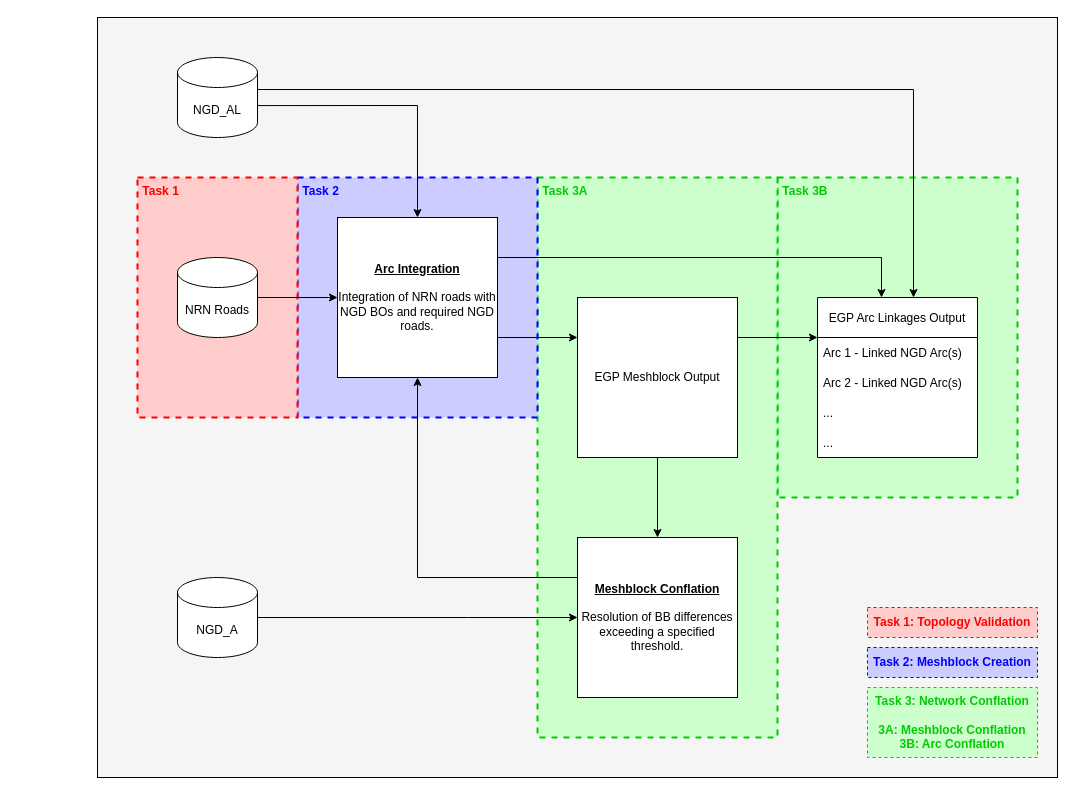
Above: docs/source/_static/overview/crn_process_overview.drawio in StatCan/egp-crn (draw.io), before the change. Source tidied: cells renumbered, new cells numbered last; positions are measured from the earlier drawing's top-left corner, leaving out a move shared by most shapes. Both pictures are drawn from the tidied source at 100%, with x=0, y=0 at pixel (97, 17).
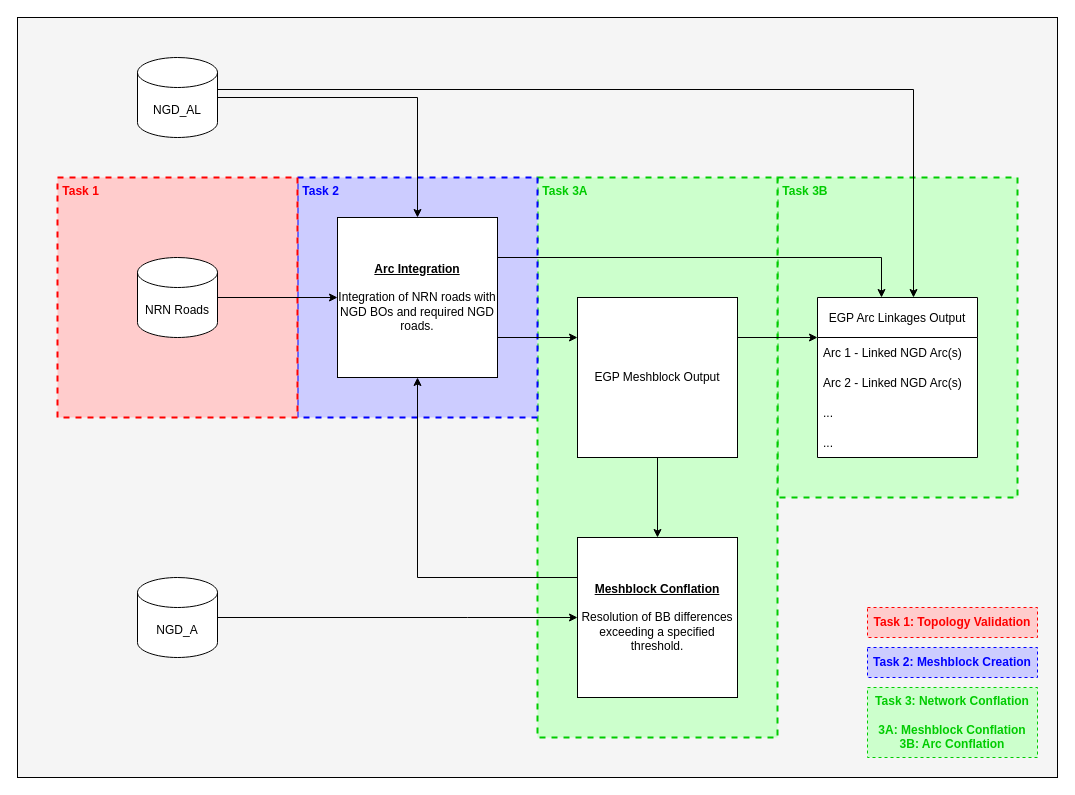
Above is the later version.

The change refers to these unchanged cells:
```xml
<mxCell id="12" value="&lt;b&gt;&lt;u&gt;Arc Integration&lt;/u&gt;&lt;/b&gt;&lt;br&gt;&lt;br&gt;Integration of NRN roads with NGD BOs and required NGD roads." style="whiteSpace=wrap;html=1;strokeColor=#000000;strokeWidth=1;fillColor=default;" parent="1" vertex="1">
  <mxGeometry x="240" y="200" width="160" height="160" as="geometry" />
</mxCell>
<mxCell id="18" value="EGP Arc Linkages Output" style="swimlane;fontStyle=0;horizontal=1;startSize=40;strokeColor=#000000;strokeWidth=1;fillColor=default;swimlaneFillColor=#FFFFFF;" parent="1" vertex="1">
  <mxGeometry x="720" y="280" width="160" height="160" as="geometry" />
</mxCell>
```

The edit, as a diff of the source:
```diff
@@
     <mxCell id="2" style="rounded=0;whiteSpace=wrap;html=1;strokeColor=#000000;strokeWidth=1;fillColor=#F5F5F5;" parent="1" vertex="1">
-      <mxGeometry width="960" height="760" as="geometry" />
+      <mxGeometry x="-80" width="1040" height="760" as="geometry" />
     </mxCell>
@@
     <mxCell id="6" value="&lt;b&gt;&lt;font color=&quot;#ff0000&quot;&gt;&amp;nbsp;Task 1&lt;/font&gt;&lt;/b&gt;" style="rounded=0;whiteSpace=wrap;html=1;dashed=1;strokeColor=#FF0000;strokeWidth=2;fillColor=#FFCCCC;align=left;verticalAlign=top;" parent="1" vertex="1">
-      <mxGeometry x="40" y="160" width="160" height="240" as="geometry" />
+      <mxGeometry x="-40" y="160" width="240" height="240" as="geometry" />
     </mxCell>
     <mxCell id="7" value="NRN Roads" style="shape=cylinder3;whiteSpace=wrap;html=1;boundedLbl=1;backgroundOutline=1;size=15;" parent="1" vertex="1">
-      <mxGeometry x="80" y="240" width="80" height="80" as="geometry" />
+      <mxGeometry x="40" y="240" width="80" height="80" as="geometry" />
     </mxCell>
-    <mxCell id="8" style="edgeStyle=orthogonalEdgeStyle;rounded=0;jettySize=auto;html=1;entryX=0.6;entryY=0;entryDx=0;entryDy=0;entryPerimeter=0;exitX=0.99;exitY=0.4;exitDx=0;exitDy=0;exitPerimeter=0;" parent="1" edge="1" source="9" target="18">
+    <mxCell id="8" style="edgeStyle=orthogonalEdgeStyle;rounded=0;jettySize=auto;html=1;entryX=0.6;entryY=0;entryDx=0;entryDy=0;entryPerimeter=0;exitX=1;exitY=0;exitDx=0;exitDy=27.5;exitPerimeter=0;" parent="1" edge="1" source="9" target="18">
       <mxGeometry relative="1" as="geometry">
         <Array as="points">
+          <mxPoint x="120" y="72" />
           <mxPoint x="816" y="72" />
         </Array>
       </mxGeometry>
     </mxCell>
-    <mxCell id="9" value="NGD_AL" style="shape=cylinder3;whiteSpace=wrap;html=1;boundedLbl=1;backgroundOutline=1;size=15;" parent="1" vertex="1">
-      <mxGeometry x="80" y="40" width="80" height="80" as="geometry" />
-    </mxCell>
@@
     <mxCell id="11" value="NGD_A" style="shape=cylinder3;whiteSpace=wrap;html=1;boundedLbl=1;backgroundOutline=1;size=15;" parent="1" vertex="1">
-      <mxGeometry x="80" y="560" width="80" height="80" as="geometry" />
+      <mxGeometry x="40" y="560" width="80" height="80" as="geometry" />
     </mxCell>
@@
-    <mxCell id="13" style="endArrow=classic;html=1;rounded=0;entryX=0.5;entryY=0;entryDx=0;entryDy=0;exitX=1.003;exitY=0.601;exitDx=0;exitDy=0;exitPerimeter=0;" parent="1" edge="1" source="9" target="12">
-      <mxGeometry relative="1" as="geometry">
-        <Array as="points">
-          <mxPoint x="320" y="88" />
-        </Array>
-      </mxGeometry>
-    </mxCell>
@@
+    <mxCell id="13" style="edgeStyle=orthogonalEdgeStyle;rounded=0;jettySize=auto;html=1;" parent="1" edge="1" source="9" target="12">
+      <mxGeometry relative="1" as="geometry" />
+    </mxCell>
+    <mxCell id="9" value="NGD_AL" style="shape=cylinder3;whiteSpace=wrap;html=1;boundedLbl=1;backgroundOutline=1;size=15;" parent="1" vertex="1">
+      <mxGeometry x="40" y="40" width="80" height="80" as="geometry" />
+    </mxCell>
```
